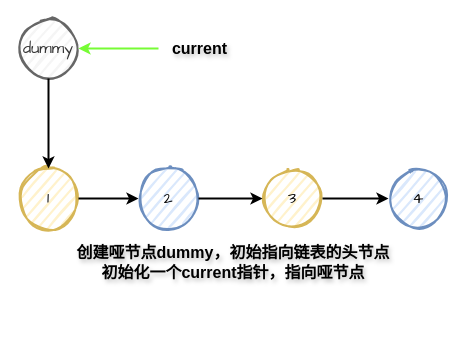
Before: page "Page-1" (1 of 2) of 24-swap-nodes-in-pairs.drawio in LuoSue/sscdn, a draw.io diagram. Source tidied: cells renumbered, new cells numbered last; positions are measured from the earlier drawing's top-left corner, leaving out a move shared by most shapes. Both pictures are drawn from the tidied source at 100%, with x=0, y=0 at pixel (18, 18).
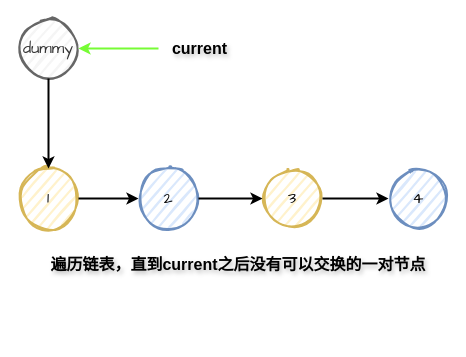
The same page after the edit.

Diff of the diagram source:
```diff
@@
 <mxGraphModel>
   <root>
     <mxCell id="0" />
     <mxCell id="1" parent="0" />
     <mxCell id="2" value="1" style="ellipse;whiteSpace=wrap;html=1;strokeWidth=2;fillWeight=2;hachureGap=8;fillColor=#fff2cc;fillStyle=dots;sketch=1;strokeColor=#d6b656;fontFamily=Comic Sans MS;fontSize=16;" parent="1" vertex="1">
       <mxGeometry y="150" width="60" height="60" as="geometry" />
     </mxCell>
     <mxCell id="3" value="2" style="ellipse;whiteSpace=wrap;html=1;strokeWidth=2;fillWeight=2;hachureGap=8;fillColor=#dae8fc;fillStyle=dots;sketch=1;strokeColor=#6c8ebf;fontFamily=Comic Sans MS;fontSize=16;" parent="1" vertex="1">
       <mxGeometry x="120" y="150" width="60" height="60" as="geometry" />
     </mxCell>
     <mxCell id="4" value="3" style="ellipse;whiteSpace=wrap;html=1;strokeWidth=2;fillWeight=2;hachureGap=8;fillColor=#fff2cc;fillStyle=dots;sketch=1;strokeColor=#d6b656;fontFamily=Comic Sans MS;fontSize=16;" parent="1" vertex="1">
       <mxGeometry x="244" y="150" width="60" height="60" as="geometry" />
     </mxCell>
     <mxCell id="5" value="4" style="ellipse;whiteSpace=wrap;html=1;strokeWidth=2;fillWeight=2;hachureGap=8;fillColor=#dae8fc;fillStyle=dots;sketch=1;strokeColor=#6c8ebf;fontFamily=Comic Sans MS;fontSize=16;" parent="1" vertex="1">
       <mxGeometry x="370" y="150" width="60" height="60" as="geometry" />
     </mxCell>
     <mxCell id="6" style="endArrow=classic;html=1;rounded=0;strokeWidth=2;exitX=1;exitY=0.5;exitDx=0;exitDy=0;entryX=0;entryY=0.5;entryDx=0;entryDy=0;" parent="1" edge="1" source="2" target="3">
       <mxGeometry relative="1" as="geometry" />
     </mxCell>
     <mxCell id="7" style="endArrow=classic;html=1;rounded=0;strokeWidth=2;exitX=1;exitY=0.5;exitDx=0;exitDy=0;entryX=0;entryY=0.5;entryDx=0;entryDy=0;" parent="1" edge="1" source="3" target="4">
       <mxGeometry relative="1" as="geometry" />
     </mxCell>
     <mxCell id="8" style="endArrow=classic;html=1;rounded=0;strokeWidth=2;exitX=1;exitY=0.5;exitDx=0;exitDy=0;entryX=0;entryY=0.5;entryDx=0;entryDy=0;" parent="1" edge="1" source="4" target="5">
       <mxGeometry relative="1" as="geometry" />
     </mxCell>
     <mxCell id="9" value="dummy" style="ellipse;whiteSpace=wrap;html=1;strokeWidth=2;fillWeight=2;hachureGap=8;fillColor=#f5f5f5;fillStyle=dots;sketch=1;strokeColor=#666666;fontFamily=Comic Sans MS;fontSize=16;fontColor=#333333;" parent="1" vertex="1">
       <mxGeometry width="60" height="60" as="geometry" />
     </mxCell>
     <mxCell id="10" style="endArrow=classic;html=1;rounded=0;strokeWidth=2;exitX=0.5;exitY=1;exitDx=0;exitDy=0;entryX=0.5;entryY=0;entryDx=0;entryDy=0;" parent="1" edge="1" source="9" target="2">
       <mxGeometry relative="1" as="geometry" />
     </mxCell>
-    <mxCell id="11" value="&lt;b&gt;创建哑节点dummy，初始指向链表的头节点&lt;br&gt;初始化一个current指针，指向哑节点&lt;/b&gt;" style="text;html=1;align=center;verticalAlign=middle;whiteSpace=wrap;rounded=0;fontSize=16;textShadow=1;fontFamily=HarmonyOS Sans;" parent="1" vertex="1">
-      <mxGeometry x="30" y="170" width="370" height="148" as="geometry" />
+    <mxCell id="11" value="&lt;b&gt;遍历链表，直到current之后没有可以交换的一对节点&lt;/b&gt;" style="text;html=1;align=center;verticalAlign=middle;whiteSpace=wrap;rounded=0;fontSize=16;textShadow=1;fontFamily=HarmonyOS Sans;" parent="1" vertex="1">
+      <mxGeometry x="30" y="170" width="380" height="152" as="geometry" />
     </mxCell>
     <mxCell id="12" style="endArrow=classic;html=1;rounded=0;strokeWidth=2;entryX=1;entryY=0.5;entryDx=0;entryDy=0;curved=0;strokeColor=#77FC35;" parent="1" edge="1" target="9">
       <mxGeometry relative="1" as="geometry">
         <mxPoint x="140" y="30" as="sourcePoint" />
       </mxGeometry>
     </mxCell>
     <mxCell id="13" value="&lt;b&gt;current&lt;/b&gt;" style="text;html=1;align=center;verticalAlign=middle;whiteSpace=wrap;rounded=0;fontSize=16;textShadow=1;fontFamily=HarmonyOS Sans;" parent="1" vertex="1">
       <mxGeometry x="119" y="5" width="125" height="50" as="geometry" />
     </mxCell>
   </root>
 </mxGraphModel>
```
